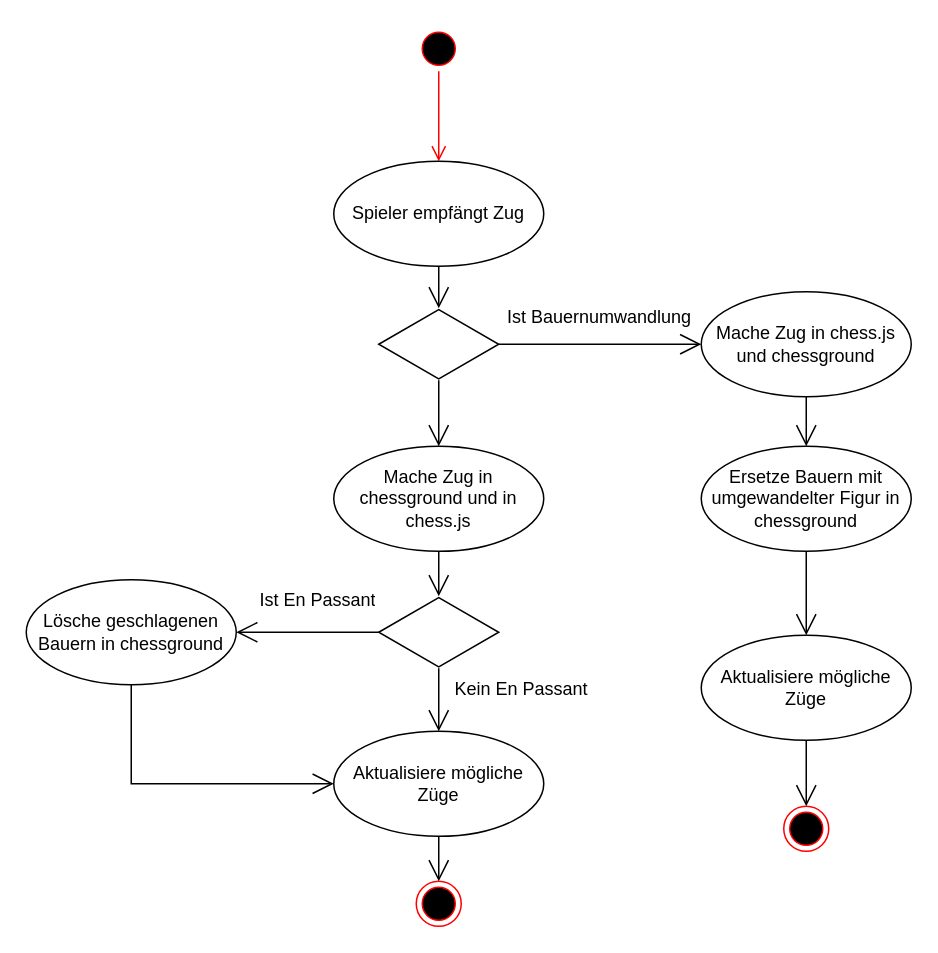
Earlier version of the draw.io diagram Bachelorarbeit/images/Interaktion Schach Zug empfangen.drawio (jasperfue/Gambit). Source tidied: cells renumbered, new cells numbered last; positions are measured from the earlier drawing's top-left corner, leaving out a move shared by most shapes. Both pictures are drawn from the tidied source at 150%, with x=0, y=0 at pixel (26, 26).
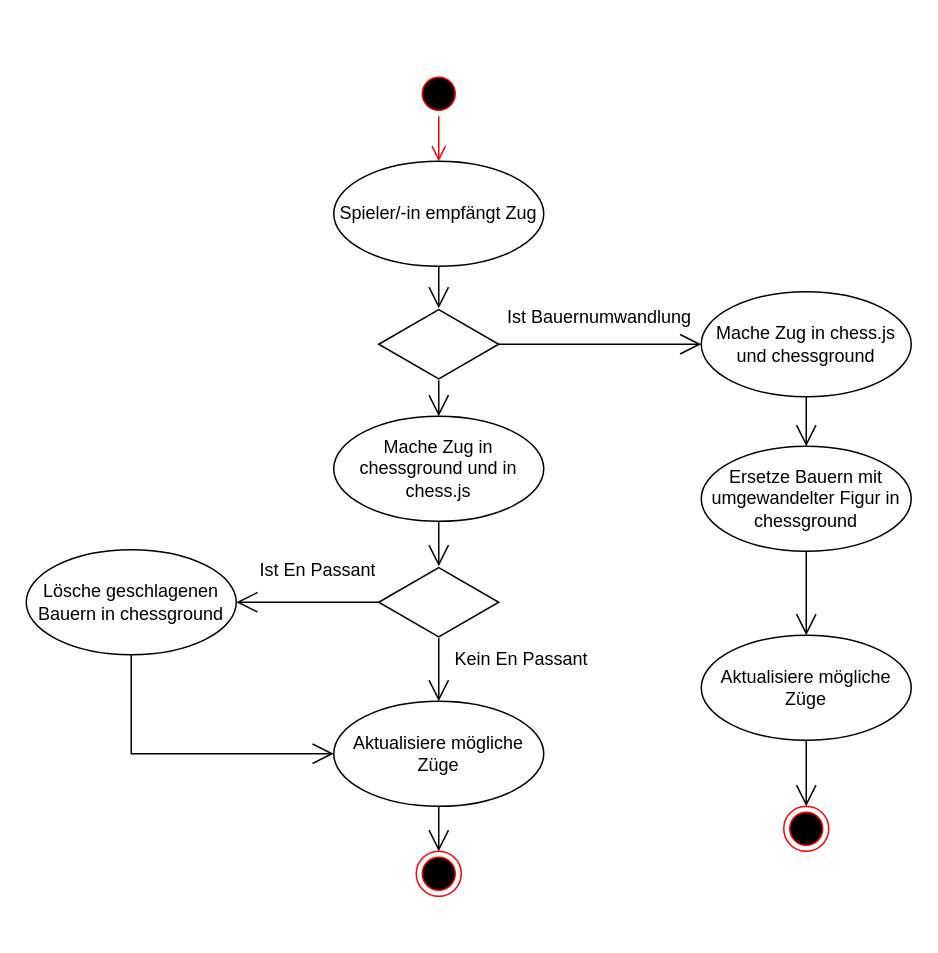
After the change.

What changed in the source:
```diff
@@
     <mxCell id="2" style="ellipse;html=1;shape=startState;fillColor=#000000;strokeColor=#ff0000;" parent="1" vertex="1">
-      <mxGeometry x="260" width="30" height="30" as="geometry" />
+      <mxGeometry x="260" y="30" width="30" height="30" as="geometry" />
     </mxCell>
@@
-    <mxCell id="4" value="Spieler empfängt Zug" style="ellipse;whiteSpace=wrap;html=1;" parent="1" vertex="1">
+    <mxCell id="4" value="Spieler/-in empfängt Zug" style="ellipse;whiteSpace=wrap;html=1;" parent="1" vertex="1">
       <mxGeometry x="205" y="90" width="140" height="70" as="geometry" />
     </mxCell>
@@
     <mxCell id="10" value="Mache Zug in chessground und in chess.js" style="ellipse;whiteSpace=wrap;html=1;" parent="1" vertex="1">
-      <mxGeometry x="205" y="280" width="140" height="70" as="geometry" />
+      <mxGeometry x="205" y="260" width="140" height="70" as="geometry" />
     </mxCell>
     <mxCell id="11" style="html=1;whiteSpace=wrap;shape=isoRectangle;" parent="1" vertex="1">
-      <mxGeometry x="235" y="380" width="80" height="48" as="geometry" />
+      <mxGeometry x="235" y="360" width="80" height="48" as="geometry" />
     </mxCell>
@@
     <mxCell id="14" value="Ist En Passant" style="text;strokeColor=none;fillColor=none;align=left;verticalAlign=top;spacingLeft=4;spacingRight=4;overflow=hidden;whiteSpace=wrap;html=1;" parent="1" vertex="1">
-      <mxGeometry x="150" y="369" width="100" height="26" as="geometry" />
+      <mxGeometry x="150" y="349" width="100" height="26" as="geometry" />
     </mxCell>
     <mxCell id="15" value="Lösche geschlagenen Bauern in chessground" style="ellipse;whiteSpace=wrap;html=1;" parent="1" vertex="1">
-      <mxGeometry y="369" width="140" height="70" as="geometry" />
+      <mxGeometry y="349" width="140" height="70" as="geometry" />
     </mxCell>
@@
     <mxCell id="17" value="Kein En Passant" style="text;strokeColor=none;fillColor=none;align=left;verticalAlign=top;spacingLeft=4;spacingRight=4;overflow=hidden;whiteSpace=wrap;html=1;" parent="1" vertex="1">
-      <mxGeometry x="280" y="428" width="100" height="26" as="geometry" />
+      <mxGeometry x="280" y="408" width="100" height="26" as="geometry" />
     </mxCell>
     <mxCell id="18" style="ellipse;html=1;shape=endState;fillColor=#000000;strokeColor=#ff0000;" parent="1" vertex="1">
-      <mxGeometry x="260" y="570" width="30" height="30" as="geometry" />
+      <mxGeometry x="260" y="550" width="30" height="30" as="geometry" />
     </mxCell>
     <mxCell id="19" style="endArrow=open;endFill=1;endSize=12;html=1;rounded=0;" parent="1" edge="1" source="15" target="26">
       <mxGeometry relative="1" as="geometry">
         <Array as="points">
-          <mxPoint x="70" y="505" />
+          <mxPoint x="70" y="485" />
         </Array>
       </mxGeometry>
     </mxCell>
@@
     <mxCell id="26" value="Aktualisiere mögliche Züge" style="ellipse;whiteSpace=wrap;html=1;" parent="1" vertex="1">
-      <mxGeometry x="205" y="470" width="140" height="70" as="geometry" />
+      <mxGeometry x="205" y="450" width="140" height="70" as="geometry" />
     </mxCell>
```
